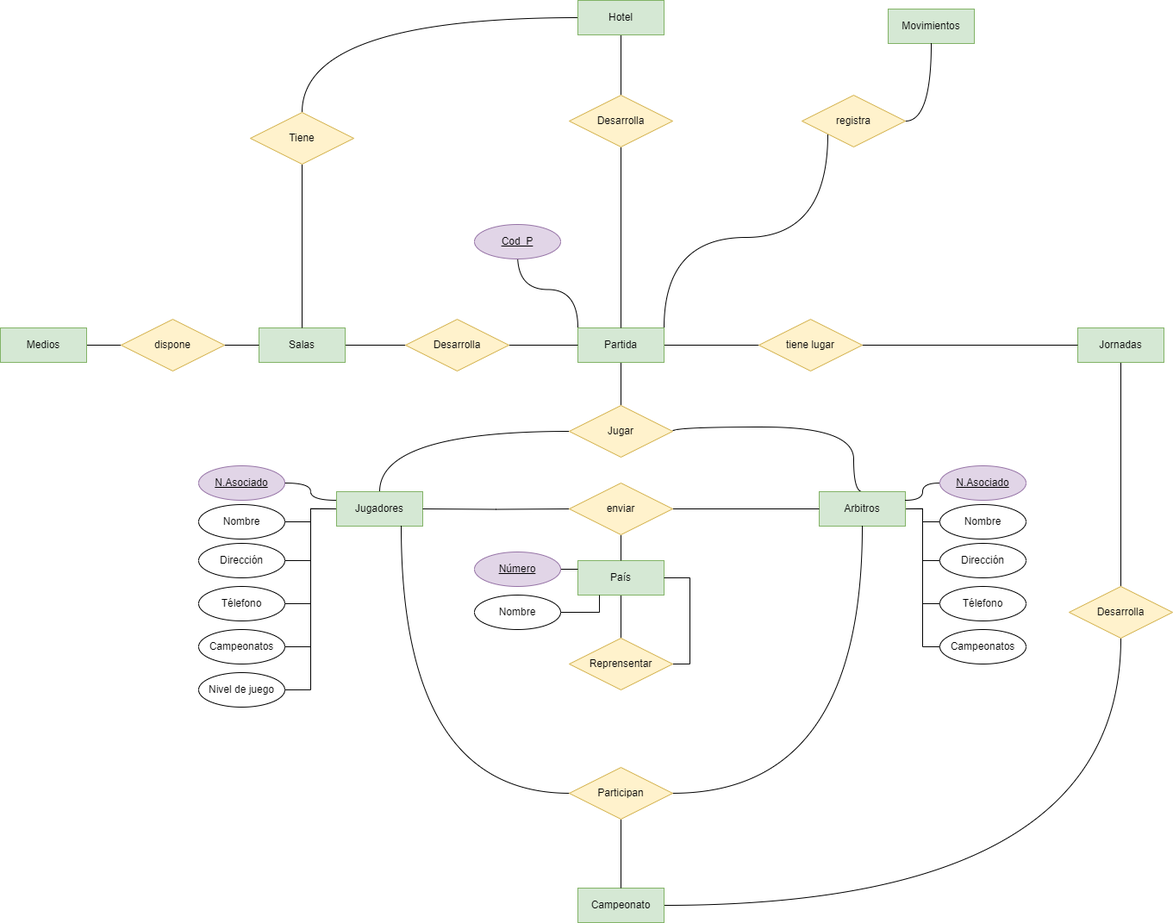
Earlier version of the draw.io export Unidad-1/Tareas/Tarea-evaluable2/tarea_evaluable2.drawio.png (jdrguez/2-Daw). Source tidied: cells renumbered, new cells last; positions are measured from the earlier drawing's top-left corner, leaving out a move shared by most shapes.
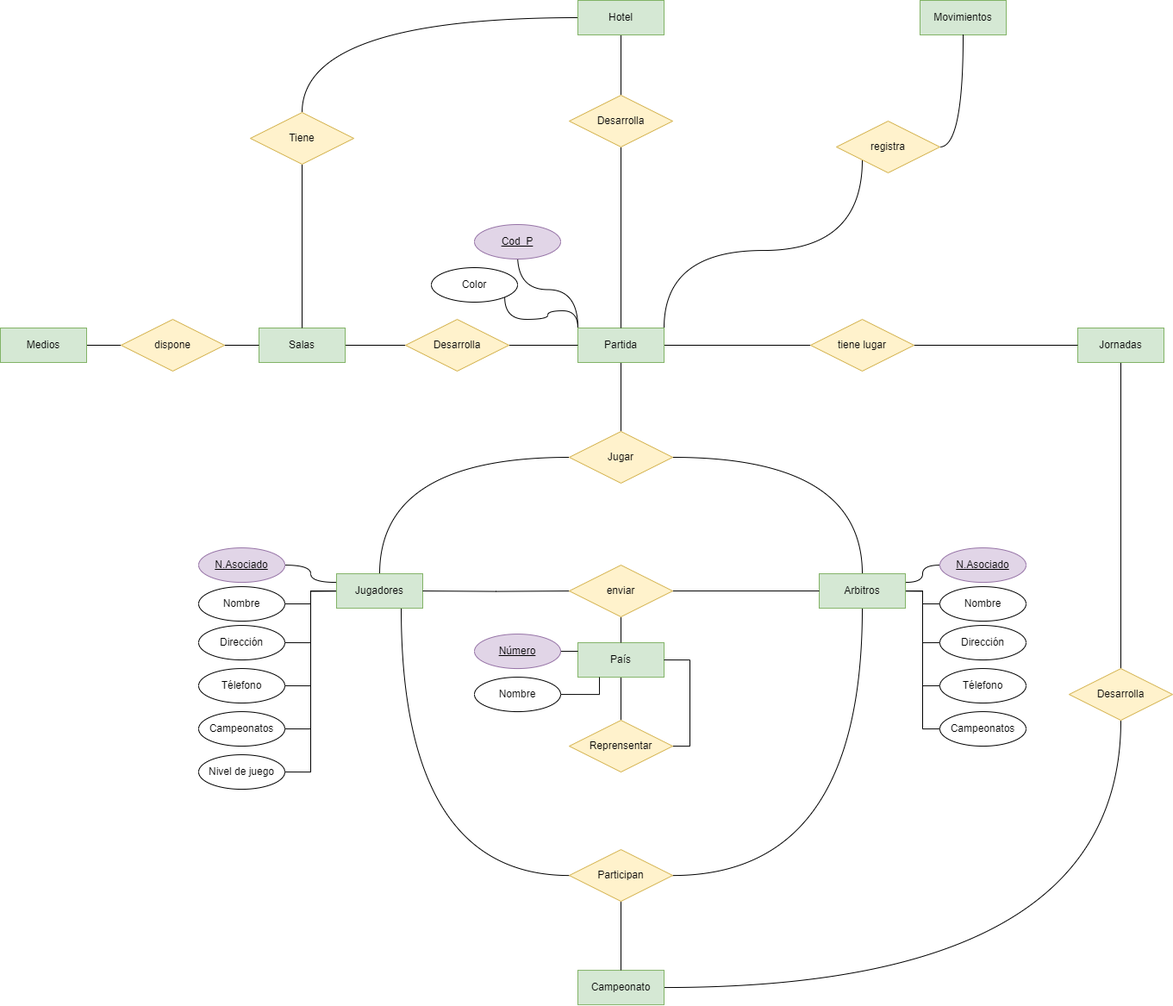
Above is the later version.

The edit, as a diff of the source:
```diff
@@ -13,26 +13,23 @@
     </mxCell>
     <mxCell id="5" style="edgeStyle=orthogonalEdgeStyle;rounded=0;jettySize=auto;html=1;exitX=0;exitY=0;exitDx=0;exitDy=0;curved=1;" parent="1" edge="1" source="6">
       <mxGeometry relative="1" as="geometry">
-        <mxPoint x="600" y="290" as="targetPoint" />
+        <mxPoint x="600" y="194.9" as="targetPoint" />
       </mxGeometry>
     </mxCell>
+    <mxCell id="76" style="edgeStyle=orthogonalEdgeStyle;rounded=0;jettySize=auto;html=1;exitX=0;exitY=0;exitDx=0;exitDy=0;entryX=1;entryY=1;entryDx=0;entryDy=0;elbow=vertical;curved=1;endArrow=none;endFill=0;" parent="1" edge="1" source="6" target="77">
+      <mxGeometry relative="1" as="geometry" />
+    </mxCell>
     <mxCell id="6" value="Partida" style="whiteSpace=wrap;html=1;align=center;fillColor=#d5e8d4;strokeColor=#82b366;" parent="1" vertex="1">
-      <mxGeometry x="670" y="380" width="100" height="40" as="geometry" />
+      <mxGeometry x="670" y="284.9" width="100" height="40" as="geometry" />
     </mxCell>
     <mxCell id="7" style="edgeStyle=orthogonalEdgeStyle;rounded=0;jettySize=auto;html=1;exitX=0;exitY=0.5;exitDx=0;exitDy=0;curved=1;endArrow=none;endFill=0;" parent="1" edge="1" source="9" target="15">
       <mxGeometry relative="1" as="geometry" />
     </mxCell>
     <mxCell id="8" style="edgeStyle=orthogonalEdgeStyle;rounded=0;jettySize=auto;html=1;exitX=1;exitY=0.5;exitDx=0;exitDy=0;entryX=0.5;entryY=0;entryDx=0;entryDy=0;curved=1;endArrow=none;endFill=0;" parent="1" edge="1" source="9" target="20">
-      <mxGeometry relative="1" as="geometry">
-        <Array as="points">
-          <mxPoint x="780" y="495" />
-          <mxPoint x="990" y="495" />
-          <mxPoint x="990" y="570" />
-        </Array>
-      </mxGeometry>
+      <mxGeometry relative="1" as="geometry" />
     </mxCell>
     <mxCell id="9" value="Jugar" style="shape=rhombus;perimeter=rhombusPerimeter;whiteSpace=wrap;html=1;align=center;fillColor=#fff2cc;strokeColor=#d6b656;" parent="1" vertex="1">
-      <mxGeometry x="660" y="470" width="120" height="60" as="geometry" />
+      <mxGeometry x="660" y="404.9" width="120" height="60" as="geometry" />
     </mxCell>
     <mxCell id="10" style="edgeStyle=orthogonalEdgeStyle;rounded=0;jettySize=auto;html=1;exitX=0;exitY=0.5;exitDx=0;exitDy=0;entryX=1;entryY=0.5;entryDx=0;entryDy=0;endArrow=none;endFill=0;" parent="1" edge="1" source="15" target="60">
       <mxGeometry relative="1" as="geometry" />
@@ -74,13 +71,13 @@
       <mxGeometry relative="1" as="geometry" />
     </mxCell>
     <mxCell id="23" value="Hotel" style="whiteSpace=wrap;html=1;align=center;fillColor=#d5e8d4;strokeColor=#82b366;" parent="1" vertex="1">
-      <mxGeometry x="670" width="100" height="40" as="geometry" />
+      <mxGeometry x="670" y="-95.1" width="100" height="40" as="geometry" />
     </mxCell>
     <mxCell id="24" style="edgeStyle=orthogonalEdgeStyle;rounded=0;jettySize=auto;html=1;exitX=0.5;exitY=1;exitDx=0;exitDy=0;endArrow=none;endFill=0;" parent="1" edge="1" source="25" target="6">
       <mxGeometry relative="1" as="geometry" />
     </mxCell>
     <mxCell id="25" value="Desarrolla" style="shape=rhombus;perimeter=rhombusPerimeter;whiteSpace=wrap;html=1;align=center;fillColor=#fff2cc;strokeColor=#d6b656;" parent="1" vertex="1">
-      <mxGeometry x="660" y="110" width="120" height="60" as="geometry" />
+      <mxGeometry x="660" y="14.9" width="120" height="60" as="geometry" />
     </mxCell>
     <mxCell id="26" style="edgeStyle=orthogonalEdgeStyle;rounded=0;jettySize=auto;html=1;exitX=1;exitY=0.5;exitDx=0;exitDy=0;entryX=0.5;entryY=1;entryDx=0;entryDy=0;curved=1;endArrow=none;endFill=0;" parent="1" edge="1" source="27" target="33">
       <mxGeometry relative="1" as="geometry" />
@@ -107,43 +104,43 @@
       <mxGeometry x="1240" y="680" width="120" height="60" as="geometry" />
     </mxCell>
     <mxCell id="34" value="Jornadas" style="whiteSpace=wrap;html=1;align=center;fillColor=#d5e8d4;strokeColor=#82b366;" parent="1" vertex="1">
-      <mxGeometry x="1250" y="380" width="100" height="40" as="geometry" />
+      <mxGeometry x="1250" y="284.9" width="100" height="40" as="geometry" />
     </mxCell>
     <mxCell id="35" style="edgeStyle=orthogonalEdgeStyle;rounded=0;jettySize=auto;html=1;exitX=1;exitY=0.5;exitDx=0;exitDy=0;entryX=0;entryY=0.5;entryDx=0;entryDy=0;endArrow=none;endFill=0;" parent="1" edge="1" source="36" target="34">
       <mxGeometry relative="1" as="geometry" />
     </mxCell>
     <mxCell id="36" value="tiene lugar" style="shape=rhombus;perimeter=rhombusPerimeter;whiteSpace=wrap;html=1;align=center;fillColor=#fff2cc;strokeColor=#d6b656;" parent="1" vertex="1">
-      <mxGeometry x="880" y="370" width="120" height="60" as="geometry" />
+      <mxGeometry x="940" y="274.9" width="120" height="60" as="geometry" />
     </mxCell>
     <mxCell id="37" style="edgeStyle=orthogonalEdgeStyle;rounded=0;jettySize=auto;html=1;exitX=1;exitY=0.5;exitDx=0;exitDy=0;entryX=0;entryY=0.5;entryDx=0;entryDy=0;endArrow=none;endFill=0;" parent="1" edge="1" source="38" target="42">
       <mxGeometry relative="1" as="geometry" />
     </mxCell>
     <mxCell id="38" value="Salas" style="whiteSpace=wrap;html=1;align=center;fillColor=#d5e8d4;strokeColor=#82b366;" parent="1" vertex="1">
-      <mxGeometry x="300" y="380" width="100" height="40" as="geometry" />
+      <mxGeometry x="300" y="284.9" width="100" height="40" as="geometry" />
     </mxCell>
     <mxCell id="39" style="edgeStyle=orthogonalEdgeStyle;rounded=0;jettySize=auto;html=1;exitX=0.5;exitY=1;exitDx=0;exitDy=0;entryX=0.5;entryY=0;entryDx=0;entryDy=0;endArrow=none;endFill=0;" parent="1" edge="1" source="40" target="38">
       <mxGeometry relative="1" as="geometry" />
     </mxCell>
     <mxCell id="40" value="Tiene" style="shape=rhombus;perimeter=rhombusPerimeter;whiteSpace=wrap;html=1;align=center;fillColor=#fff2cc;strokeColor=#d6b656;" parent="1" vertex="1">
-      <mxGeometry x="290" y="130" width="120" height="60" as="geometry" />
+      <mxGeometry x="290" y="34.9" width="120" height="60" as="geometry" />
     </mxCell>
     <mxCell id="41" style="edgeStyle=orthogonalEdgeStyle;rounded=0;jettySize=auto;html=1;exitX=1;exitY=0.5;exitDx=0;exitDy=0;entryX=0;entryY=0.5;entryDx=0;entryDy=0;endArrow=none;endFill=0;" parent="1" edge="1" source="42" target="6">
       <mxGeometry relative="1" as="geometry" />
     </mxCell>
     <mxCell id="42" value="Desarrolla" style="shape=rhombus;perimeter=rhombusPerimeter;whiteSpace=wrap;html=1;align=center;fillColor=#fff2cc;strokeColor=#d6b656;" parent="1" vertex="1">
-      <mxGeometry x="470" y="370" width="120" height="60" as="geometry" />
+      <mxGeometry x="470" y="274.9" width="120" height="60" as="geometry" />
     </mxCell>
     <mxCell id="43" style="edgeStyle=orthogonalEdgeStyle;rounded=0;jettySize=auto;html=1;exitX=1;exitY=0.5;exitDx=0;exitDy=0;entryX=0;entryY=0.5;entryDx=0;entryDy=0;endArrow=none;endFill=0;" parent="1" edge="1" source="44" target="46">
       <mxGeometry relative="1" as="geometry" />
     </mxCell>
     <mxCell id="44" value="Medios" style="whiteSpace=wrap;html=1;align=center;fillColor=#d5e8d4;strokeColor=#82b366;" parent="1" vertex="1">
-      <mxGeometry y="380" width="100" height="40" as="geometry" />
+      <mxGeometry y="284.9" width="100" height="40" as="geometry" />
     </mxCell>
     <mxCell id="45" style="edgeStyle=orthogonalEdgeStyle;rounded=0;jettySize=auto;html=1;exitX=1;exitY=0.5;exitDx=0;exitDy=0;entryX=0;entryY=0.5;entryDx=0;entryDy=0;endArrow=none;endFill=0;" parent="1" edge="1" source="46" target="38">
       <mxGeometry relative="1" as="geometry" />
     </mxCell>
     <mxCell id="46" value="dispone" style="shape=rhombus;perimeter=rhombusPerimeter;whiteSpace=wrap;html=1;align=center;fillColor=#fff2cc;strokeColor=#d6b656;" parent="1" vertex="1">
-      <mxGeometry x="140" y="370" width="120" height="60" as="geometry" />
+      <mxGeometry x="140" y="274.9" width="120" height="60" as="geometry" />
     </mxCell>
     <mxCell id="47" style="edgeStyle=orthogonalEdgeStyle;rounded=0;jettySize=auto;html=1;exitX=0.5;exitY=1;exitDx=0;exitDy=0;entryX=0.5;entryY=0;entryDx=0;entryDy=0;endArrow=none;endFill=0;" parent="1" edge="1" source="48" target="54">
       <mxGeometry relative="1" as="geometry" />
@@ -172,13 +169,13 @@
       <mxGeometry x="660" y="740" width="120" height="60" as="geometry" />
     </mxCell>
     <mxCell id="55" value="Movimientos" style="whiteSpace=wrap;html=1;align=center;fillColor=#d5e8d4;strokeColor=#82b366;" parent="1" vertex="1">
-      <mxGeometry x="1030" y="10" width="100" height="40" as="geometry" />
+      <mxGeometry x="1067" y="-95.1" width="100" height="40" as="geometry" />
     </mxCell>
     <mxCell id="56" style="edgeStyle=orthogonalEdgeStyle;rounded=0;jettySize=auto;html=1;exitX=1;exitY=0.5;exitDx=0;exitDy=0;entryX=0.5;entryY=1;entryDx=0;entryDy=0;endArrow=none;endFill=0;curved=1;" parent="1" edge="1" source="57" target="55">
       <mxGeometry relative="1" as="geometry" />
     </mxCell>
     <mxCell id="57" value="registra" style="shape=rhombus;perimeter=rhombusPerimeter;whiteSpace=wrap;html=1;align=center;fillColor=#fff2cc;strokeColor=#d6b656;" parent="1" vertex="1">
-      <mxGeometry x="930" y="110" width="120" height="60" as="geometry" />
+      <mxGeometry x="970" y="44.9" width="120" height="60" as="geometry" />
     </mxCell>
     <mxCell id="58" style="edgeStyle=orthogonalEdgeStyle;rounded=0;jettySize=auto;html=1;exitX=1;exitY=0.5;exitDx=0;exitDy=0;entryX=0;entryY=0.25;entryDx=0;entryDy=0;curved=1;endArrow=none;endFill=0;" parent="1" edge="1" source="59" target="15">
       <mxGeometry relative="1" as="geometry" />
@@ -232,7 +229,10 @@
       <mxGeometry x="550" y="690" width="100" height="40" as="geometry" />
     </mxCell>
     <mxCell id="75" value="Cod_P" style="ellipse;whiteSpace=wrap;html=1;align=center;fontStyle=4;fillColor=#e1d5e7;strokeColor=#9673a6;" parent="1" vertex="1">
-      <mxGeometry x="550" y="260" width="100" height="40" as="geometry" />
+      <mxGeometry x="550" y="164.9" width="100" height="40" as="geometry" />
     </mxCell>
+    <mxCell id="77" value="Color" style="ellipse;whiteSpace=wrap;html=1;align=center;" parent="1" vertex="1">
+      <mxGeometry x="500" y="214.9" width="100" height="40" as="geometry" />
+    </mxCell>
   </root>
 </mxGraphModel>
```
